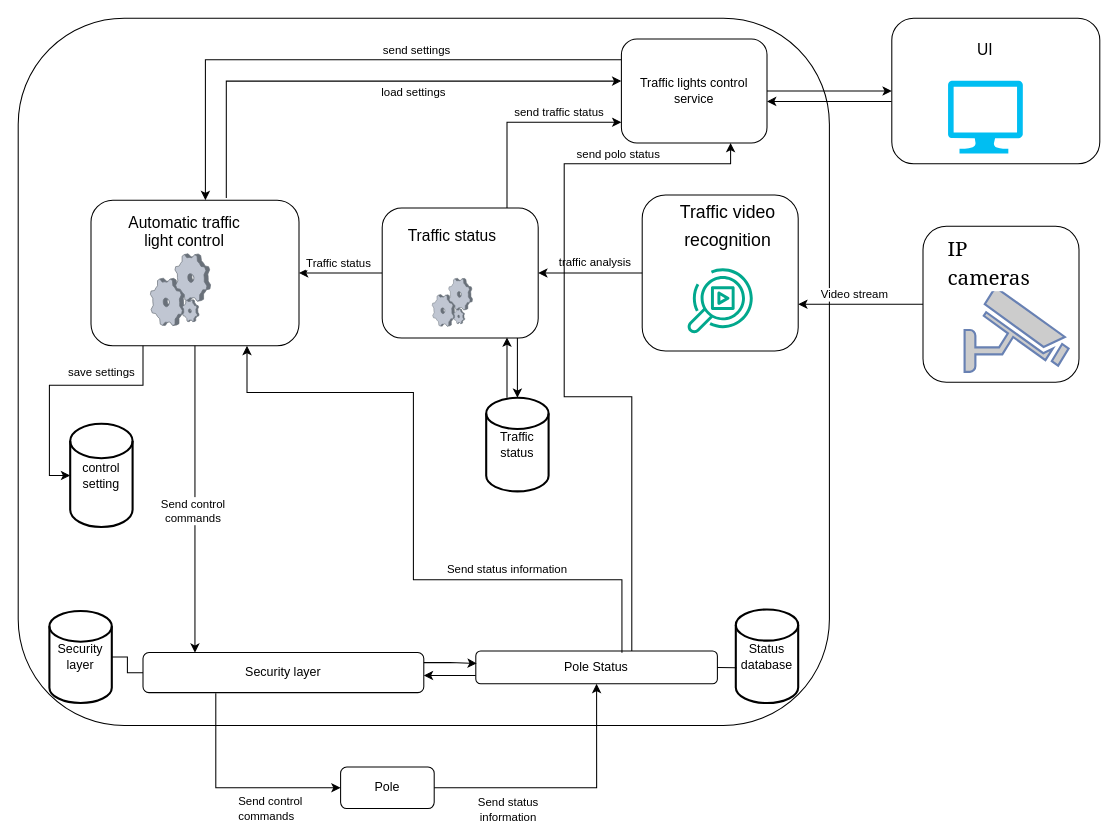
This is Untitled Diagram.drawio from Mrazbb/OAMK_DDD, a draw.io file, before an edit. Source tidied: cells renumbered, new cells numbered last; positions are measured from the earlier drawing's top-left corner, leaving out a move shared by most shapes. Both pictures are drawn from the tidied source at 104%, with x=0, y=0 at pixel (18, 18).
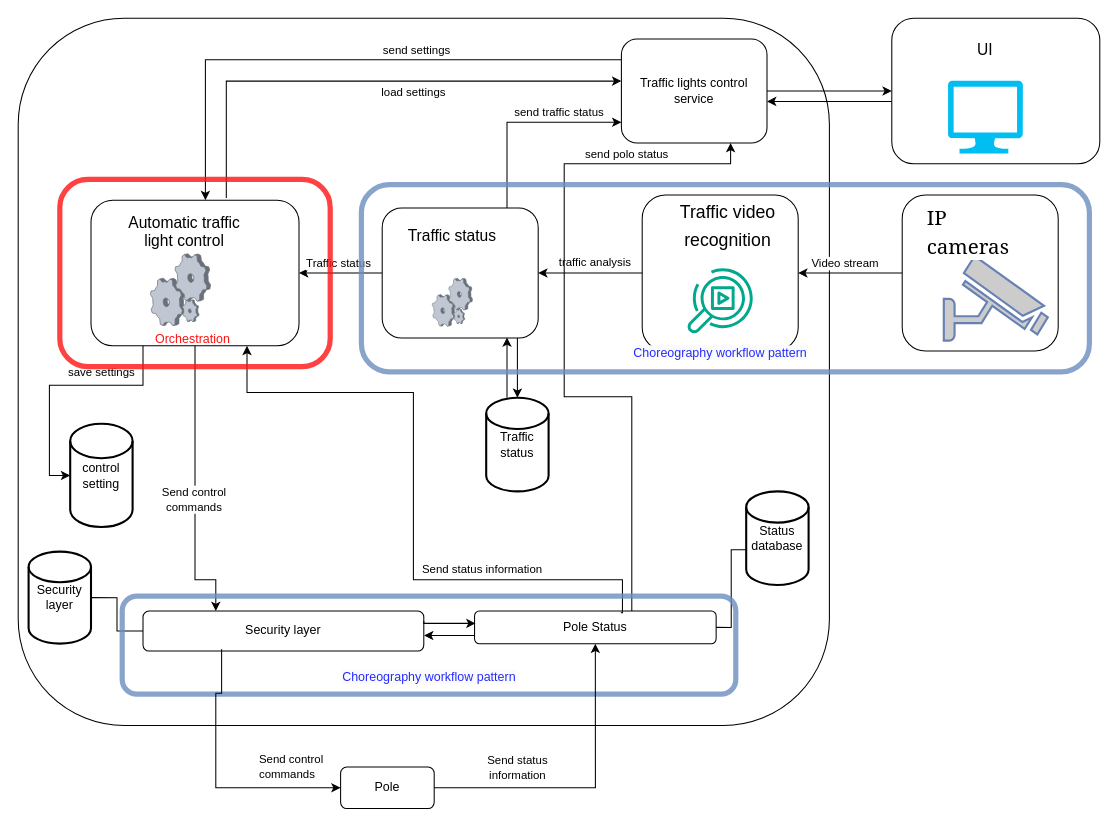
The same diagram, later.

Commit message:
update workflow pattern

The change refers to these unchanged cells:
```xml
<mxCell id="2" value="Pole" style="rounded=1;whiteSpace=wrap;html=1;" parent="1" vertex="1">
  <mxGeometry x="310" y="720" width="90" height="40" as="geometry" />
</mxCell>
<mxCell id="16" style="rounded=1;whiteSpace=wrap;html=1;" parent="4" vertex="1">
  <mxGeometry x="70" y="175" width="200" height="140" as="geometry" />
</mxCell>
<mxCell id="50" style="rounded=0;jettySize=auto;html=1;exitX=1;exitY=0.5;exitDx=0;exitDy=0;entryX=0.5;entryY=1;entryDx=0;entryDy=0;labelBackgroundColor=default;strokeColor=default;align=center;verticalAlign=middle;fontFamily=Helvetica;fontSize=11;fontColor=default;endArrow=classic;edgeStyle=orthogonalEdgeStyle;" parent="1" edge="1" source="2" target="10">
  <mxGeometry relative="1" as="geometry" />
</mxCell>
```

What changed in the source:
```diff
@@
     <mxCell id="3" style="group;" parent="1" vertex="1">
-      <mxGeometry x="30" y="300" width="750" height="400" as="geometry" />
+      <mxGeometry x="30" y="300" width="760" height="400" as="geometry" />
     </mxCell>
     <mxCell id="4" style="group;" parent="3" vertex="1">
-      <mxGeometry x="-30" y="-300" width="780" height="680" as="geometry" />
+      <mxGeometry x="-30" y="-300" width="790" height="680" as="geometry" />
     </mxCell>
@@
     <mxCell id="6" value="Security layer" style="rounded=1;whiteSpace=wrap;html=1;" parent="4" vertex="1">
-      <mxGeometry x="120" y="610" width="270" height="38.5" as="geometry" />
+      <mxGeometry x="120" y="570" width="270" height="38.5" as="geometry" />
     </mxCell>
-    <mxCell id="7" style="edgeStyle=orthogonalEdgeStyle;shape=connector;rounded=0;jettySize=auto;html=1;exitX=0;exitY=0.75;exitDx=0;exitDy=0;labelBackgroundColor=default;strokeColor=default;align=center;verticalAlign=middle;fontFamily=Helvetica;fontSize=11;fontColor=default;endArrow=classic;" parent="4" edge="1" source="10">
-      <mxGeometry relative="1" as="geometry">
-        <mxPoint x="390" y="632" as="targetPoint" />
-        <Array as="points">
-          <mxPoint x="390" y="632" />
-        </Array>
-      </mxGeometry>
+    <mxCell id="7" style="edgeStyle=orthogonalEdgeStyle;shape=connector;rounded=0;jettySize=auto;html=1;exitX=0;exitY=0.75;exitDx=0;exitDy=0;labelBackgroundColor=default;strokeColor=default;align=center;verticalAlign=middle;fontFamily=Helvetica;fontSize=11;fontColor=default;endArrow=classic;entryX=1.001;entryY=0.612;entryDx=0;entryDy=0;entryPerimeter=0;" parent="4" edge="1" source="10" target="6">
+      <mxGeometry relative="1" as="geometry" />
     </mxCell>
@@
     <mxCell id="10" value="Pole Status" style="rounded=1;whiteSpace=wrap;html=1;" parent="4" vertex="1">
-      <mxGeometry x="440" y="608.5" width="232.3" height="31.5" as="geometry" />
+      <mxGeometry x="438.8" y="570" width="232.3" height="31.5" as="geometry" />
     </mxCell>
     <mxCell id="11" style="edgeStyle=orthogonalEdgeStyle;shape=connector;rounded=0;jettySize=auto;html=1;exitX=1;exitY=0.25;exitDx=0;exitDy=0;labelBackgroundColor=default;strokeColor=default;align=center;verticalAlign=middle;fontFamily=Helvetica;fontSize=11;fontColor=default;endArrow=classic;entryX=0.004;entryY=0.378;entryDx=0;entryDy=0;entryPerimeter=0;" parent="4" edge="1" source="6" target="10">
       <mxGeometry relative="1" as="geometry">
         <Array as="points">
-          <mxPoint x="415" y="620" />
+          <mxPoint x="390" y="582" />
         </Array>
       </mxGeometry>
     </mxCell>
     <mxCell id="12" value="Security layer" style="strokeWidth=2;html=1;shape=mxgraph.flowchart.database;whiteSpace=wrap;" parent="4" vertex="1">
-      <mxGeometry x="30" y="570" width="60" height="88.5" as="geometry" />
+      <mxGeometry x="10" y="512.9" width="60" height="88.5" as="geometry" />
     </mxCell>
@@
     <mxCell id="14" value="Status&lt;br&gt;database" style="strokeWidth=2;html=1;shape=mxgraph.flowchart.database;whiteSpace=wrap;" parent="4" vertex="1">
-      <mxGeometry x="690" y="568.5" width="60" height="90" as="geometry" />
+      <mxGeometry x="700" y="455" width="60" height="90" as="geometry" />
     </mxCell>
-    <mxCell id="15" style="endArrow=none;html=1;rounded=0;labelBackgroundColor=default;strokeColor=default;align=center;verticalAlign=middle;fontFamily=Helvetica;fontSize=11;fontColor=default;shape=connector;entryX=0.011;entryY=0.624;entryDx=0;entryDy=0;entryPerimeter=0;exitX=1;exitY=0.5;exitDx=0;exitDy=0;" parent="4" edge="1" source="10" target="14">
+    <mxCell id="15" style="endArrow=none;html=1;rounded=0;labelBackgroundColor=default;strokeColor=default;align=center;verticalAlign=middle;fontFamily=Helvetica;fontSize=11;fontColor=default;shape=connector;entryX=0.011;entryY=0.624;entryDx=0;entryDy=0;entryPerimeter=0;exitX=1;exitY=0.5;exitDx=0;exitDy=0;edgeStyle=orthogonalEdgeStyle;" parent="4" edge="1" source="10" target="14">
       <mxGeometry relative="1" as="geometry" />
     </mxCell>
@@
-    <mxCell id="23" style="edgeStyle=orthogonalEdgeStyle;shape=connector;rounded=0;jettySize=auto;html=1;labelBackgroundColor=default;strokeColor=default;align=center;verticalAlign=middle;fontFamily=Helvetica;fontSize=11;fontColor=default;endArrow=classic;entryX=0.185;entryY=0.003;entryDx=0;entryDy=0;entryPerimeter=0;" parent="4" edge="1" source="16" target="6">
+    <mxCell id="23" style="edgeStyle=orthogonalEdgeStyle;shape=connector;rounded=0;jettySize=auto;html=1;labelBackgroundColor=default;strokeColor=default;align=center;verticalAlign=middle;fontFamily=Helvetica;fontSize=11;fontColor=default;endArrow=classic;" parent="4" edge="1" source="16" target="6">
       <mxGeometry relative="1" as="geometry">
         <Array as="points">
-          <mxPoint x="170" y="610" />
+          <mxPoint x="170" y="540" />
+          <mxPoint x="190" y="540" />
         </Array>
       </mxGeometry>
     </mxCell>
@@
+    <mxCell id="61" style="rounded=1;whiteSpace=wrap;html=1;fillColor=none;strokeColor=#6c8ebf;opacity=80;strokeWidth=5;" parent="4" vertex="1">
+      <mxGeometry x="100" y="555.7" width="590" height="94.3" as="geometry" />
+    </mxCell>
+    <mxCell id="62" value="&lt;span style=&quot;font-family: Helvetica; font-size: 12px; font-style: normal; font-variant-ligatures: normal; font-variant-caps: normal; font-weight: 400; letter-spacing: normal; orphans: 2; text-align: center; text-indent: 0px; text-transform: none; widows: 2; word-spacing: 0px; -webkit-text-stroke-width: 0px; background-color: rgb(251, 251, 251); text-decoration-thickness: initial; text-decoration-style: initial; text-decoration-color: initial; float: none; display: inline !important;&quot;&gt;&lt;font color=&quot;#242bff&quot;&gt;Choreography workflow pattern&lt;/font&gt;&lt;/span&gt;" style="text;whiteSpace=wrap;html=1;" parent="4" vertex="1">
+      <mxGeometry x="310" y="620" width="200" height="40" as="geometry" />
+    </mxCell>
+    <mxCell id="63" value="&lt;span style=&quot;font-family: Helvetica; font-size: 12px; font-style: normal; font-variant-ligatures: normal; font-variant-caps: normal; font-weight: 400; letter-spacing: normal; orphans: 2; text-align: center; text-indent: 0px; text-transform: none; widows: 2; word-spacing: 0px; -webkit-text-stroke-width: 0px; background-color: rgb(251, 251, 251); text-decoration-thickness: initial; text-decoration-style: initial; text-decoration-color: initial; float: none; display: inline !important;&quot;&gt;&lt;font color=&quot;#242bff&quot;&gt;Choreography workflow pattern&lt;/font&gt;&lt;/span&gt;" style="text;whiteSpace=wrap;html=1;" parent="4" vertex="1">
+      <mxGeometry x="590" y="307.5" width="200" height="40" as="geometry" />
+    </mxCell>
+    <mxCell id="64" style="rounded=1;whiteSpace=wrap;html=1;fillColor=none;strokeColor=#FF1212;opacity=80;strokeWidth=5;" parent="4" vertex="1">
+      <mxGeometry x="40" y="155" width="260" height="180" as="geometry" />
+    </mxCell>
+    <mxCell id="65" value="&lt;font color=&quot;#ff1212&quot;&gt;Orchestration&lt;/font&gt;" style="text;whiteSpace=wrap;html=1;" parent="4" vertex="1">
+      <mxGeometry x="130" y="295" width="200" height="40" as="geometry" />
+    </mxCell>
     <mxCell id="46" style="group;" parent="1" vertex="1">
-      <mxGeometry x="870" y="200" width="150" height="150" as="geometry" />
+      <mxGeometry x="850" y="170" width="150" height="150" as="geometry" />
     </mxCell>
@@
     <mxCell id="51" value="Send status &lt;br&gt;information" style="edgeLabel;html=1;align=center;verticalAlign=middle;fontFamily=Helvetica;fontSize=11;fontColor=default;" parent="50" vertex="1">
       <mxGeometry x="-0.5" y="1" relative="1" as="geometry">
-        <mxPoint x="6" y="21" as="offset" />
+        <mxPoint x="6" y="-19" as="offset" />
       </mxGeometry>
     </mxCell>
-    <mxCell id="52" value="Send control &lt;br&gt;commands" style="rounded=0;jettySize=auto;html=1;labelBorderColor=none;align=left;entryX=0;entryY=0.5;entryDx=0;entryDy=0;edgeStyle=orthogonalEdgeStyle;" parent="1" edge="1" target="2">
-      <mxGeometry x="0.05" y="-20" relative="1" as="geometry">
-        <mxPoint x="190" y="649" as="sourcePoint" />
+    <mxCell id="52" value="Send control &lt;br&gt;commands" style="rounded=0;jettySize=auto;html=1;labelBorderColor=none;align=left;entryX=0;entryY=0.5;entryDx=0;entryDy=0;edgeStyle=orthogonalEdgeStyle;exitX=0.28;exitY=0.953;exitDx=0;exitDy=0;exitPerimeter=0;" parent="1" edge="1" source="6" target="2">
+      <mxGeometry x="0.38" y="20" relative="1" as="geometry">
         <Array as="points">
+          <mxPoint x="196" y="649" />
           <mxPoint x="190" y="649" />
           <mxPoint x="190" y="740" />
         </Array>
       </mxGeometry>
     </mxCell>
@@
+    <mxCell id="66" style="rounded=1;whiteSpace=wrap;html=1;fillColor=none;strokeColor=#6c8ebf;opacity=80;strokeWidth=5;" parent="1" vertex="1">
+      <mxGeometry x="330" y="160" width="700" height="180" as="geometry" />
+    </mxCell>
```
